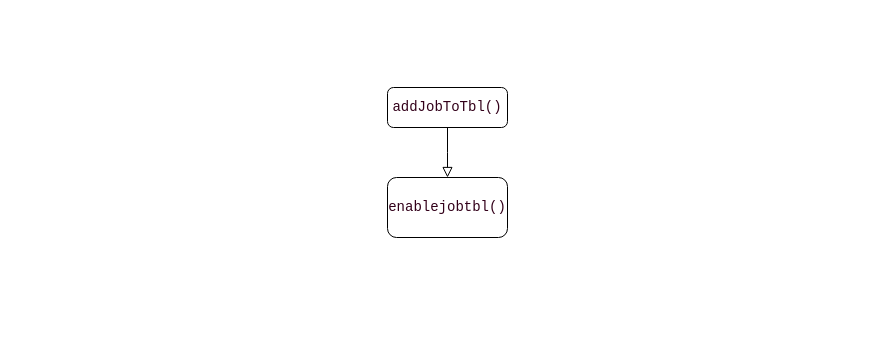
The draw.io diagram Logical Flow Diagram.drawio in subramaniam-pl/wakemeup-app, before the edit. Source tidied: cells renumbered, new cells numbered last; positions are measured from the earlier drawing's top-left corner, leaving out a move shared by most shapes. Both pictures are drawn from the tidied source at 100%, with x=0, y=0 at pixel (387, 87).
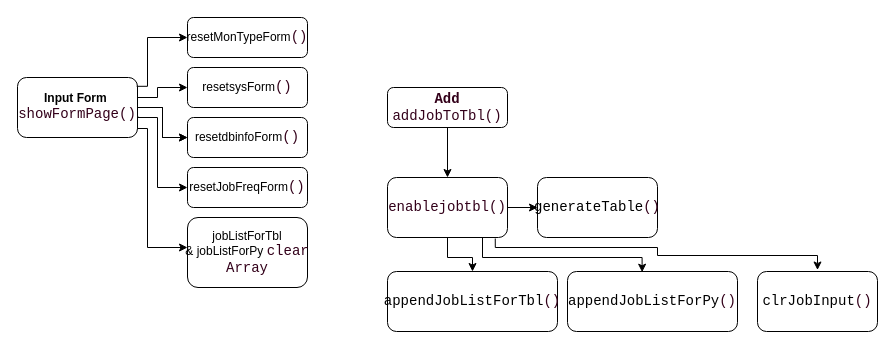
After the change.

Unchanged cells that the change refers to:
```xml
<mxCell id="4" value="&lt;div style=&quot;font-family: Consolas, &amp;quot;Courier New&amp;quot;, monospace; font-size: 14px; line-height: 19px;&quot;&gt;&lt;font color=&quot;#33001a&quot;&gt;enablejobtbl()&lt;/font&gt;&lt;/div&gt;" style="rounded=1;whiteSpace=wrap;html=1;" parent="1" vertex="1">
  <mxGeometry y="90" width="120" height="60" as="geometry" />
</mxCell>
```

Change to the diagram source:
```diff
@@
-    <mxCell id="2" style="rounded=0;html=1;jettySize=auto;fontSize=11;endArrow=block;endFill=0;endSize=8;strokeWidth=1;shadow=0;labelBackgroundColor=none;edgeStyle=orthogonalEdgeStyle;" parent="1" edge="1" source="3">
-      <mxGeometry relative="1" as="geometry">
-        <mxPoint x="60" y="90" as="targetPoint" />
-      </mxGeometry>
-    </mxCell>
+    <mxCell id="5" style="edgeStyle=orthogonalEdgeStyle;rounded=0;jettySize=auto;html=1;" parent="1" edge="1" source="3" target="4">
+      <mxGeometry relative="1" as="geometry" />
+    </mxCell>
-    <mxCell id="3" value="&lt;span style=&quot;font-family: Consolas, &amp;quot;Courier New&amp;quot;, monospace; font-size: 14px;&quot;&gt;&lt;font color=&quot;#33001a&quot;&gt;addJobToTbl()&lt;/font&gt;&lt;/span&gt;" style="rounded=1;whiteSpace=wrap;html=1;fontSize=12;glass=0;strokeWidth=1;shadow=0;" parent="1" vertex="1">
+    <mxCell id="3" value="&lt;span style=&quot;font-family: Consolas, &amp;quot;Courier New&amp;quot;, monospace; font-size: 14px;&quot;&gt;&lt;font color=&quot;#33001a&quot;&gt;&lt;b&gt;Add&lt;/b&gt;&lt;br&gt;addJobToTbl()&lt;/font&gt;&lt;/span&gt;" style="rounded=1;whiteSpace=wrap;html=1;fontSize=12;glass=0;strokeWidth=1;shadow=0;" parent="1" vertex="1">
       <mxGeometry width="120" height="40" as="geometry" />
     </mxCell>
+    <mxCell id="6" style="edgeStyle=orthogonalEdgeStyle;rounded=0;jettySize=auto;html=1;" parent="1" edge="1" source="4" target="20">
+      <mxGeometry relative="1" as="geometry">
+        <Array as="points">
+          <mxPoint x="60" y="170" />
+          <mxPoint x="85" y="170" />
+        </Array>
+      </mxGeometry>
+    </mxCell>
+    <mxCell id="7" style="edgeStyle=orthogonalEdgeStyle;rounded=0;jettySize=auto;html=1;" parent="1" edge="1" source="4" target="23">
+      <mxGeometry relative="1" as="geometry" />
+    </mxCell>
@@
+    <mxCell id="8" style="edgeStyle=orthogonalEdgeStyle;rounded=0;jettySize=auto;html=1;" parent="1" edge="1" source="10" target="13">
+      <mxGeometry relative="1" as="geometry" />
+    </mxCell>
+    <mxCell id="9" style="edgeStyle=orthogonalEdgeStyle;rounded=0;jettySize=auto;html=1;" parent="1" edge="1" source="10" target="13">
+      <mxGeometry relative="1" as="geometry" />
+    </mxCell>
+    <mxCell id="10" value="&lt;b&gt;Input Form&amp;nbsp;&lt;br&gt;&lt;/b&gt;&lt;div style=&quot;font-family: Consolas, &amp;quot;Courier New&amp;quot;, monospace; font-size: 14px; line-height: 19px;&quot;&gt;&lt;font color=&quot;#33001a&quot;&gt;showFormPage()&lt;/font&gt;&lt;/div&gt;" style="rounded=1;whiteSpace=wrap;html=1;" parent="1" vertex="1">
+      <mxGeometry x="-370" y="-10" width="120" height="60" as="geometry" />
+    </mxCell>
+    <mxCell id="11" value="resetMonTypeForm&lt;span style=&quot;font-family: Consolas, &amp;quot;Courier New&amp;quot;, monospace; font-size: 14px;&quot;&gt;&lt;font color=&quot;#33001a&quot;&gt;()&lt;/font&gt;&lt;/span&gt;" style="rounded=1;whiteSpace=wrap;html=1;fontSize=12;glass=0;strokeWidth=1;shadow=0;" parent="1" vertex="1">
+      <mxGeometry x="-200" y="-70" width="120" height="40" as="geometry" />
+    </mxCell>
+    <mxCell id="12" value="resetsysForm&lt;span style=&quot;font-family: Consolas, &amp;quot;Courier New&amp;quot;, monospace; font-size: 14px;&quot;&gt;&lt;font color=&quot;#33001a&quot;&gt;()&lt;/font&gt;&lt;/span&gt;" style="rounded=1;whiteSpace=wrap;html=1;fontSize=12;glass=0;strokeWidth=1;shadow=0;" parent="1" vertex="1">
+      <mxGeometry x="-200" y="-20" width="120" height="40" as="geometry" />
+    </mxCell>
+    <mxCell id="13" value="resetdbinfoForm&lt;span style=&quot;font-family: Consolas, &amp;quot;Courier New&amp;quot;, monospace; font-size: 14px;&quot;&gt;&lt;font color=&quot;#33001a&quot;&gt;()&lt;/font&gt;&lt;/span&gt;" style="rounded=1;whiteSpace=wrap;html=1;fontSize=12;glass=0;strokeWidth=1;shadow=0;" parent="1" vertex="1">
+      <mxGeometry x="-200" y="30" width="120" height="40" as="geometry" />
+    </mxCell>
+    <mxCell id="14" value="resetJobFreqForm&lt;span style=&quot;font-family: Consolas, &amp;quot;Courier New&amp;quot;, monospace; font-size: 14px;&quot;&gt;&lt;font color=&quot;#33001a&quot;&gt;()&lt;/font&gt;&lt;/span&gt;" style="rounded=1;whiteSpace=wrap;html=1;fontSize=12;glass=0;strokeWidth=1;shadow=0;" parent="1" vertex="1">
+      <mxGeometry x="-200" y="80" width="120" height="40" as="geometry" />
+    </mxCell>
+    <mxCell id="15" value="jobListForTbl &amp;amp;&amp;nbsp;jobListForPy&amp;nbsp;&lt;span style=&quot;color: rgb(51, 0, 26); font-family: Consolas, &amp;quot;Courier New&amp;quot;, monospace; font-size: 14px; background-color: initial;&quot;&gt;clear Array&lt;/span&gt;" style="rounded=1;whiteSpace=wrap;html=1;fontSize=12;glass=0;strokeWidth=1;shadow=0;" parent="1" vertex="1">
+      <mxGeometry x="-200" y="130" width="120" height="70" as="geometry" />
+    </mxCell>
+    <mxCell id="16" style="edgeStyle=orthogonalEdgeStyle;rounded=0;jettySize=auto;html=1;entryX=0;entryY=0.5;entryDx=0;entryDy=0;exitX=1.003;exitY=0.647;exitDx=0;exitDy=0;exitPerimeter=0;" parent="1" edge="1" source="10" target="14">
+      <mxGeometry relative="1" as="geometry">
+        <Array as="points">
+          <mxPoint x="-250" y="30" />
+          <mxPoint x="-230" y="30" />
+          <mxPoint x="-230" y="100" />
+        </Array>
+      </mxGeometry>
+    </mxCell>
+    <mxCell id="17" style="edgeStyle=orthogonalEdgeStyle;rounded=0;orthogonalLoop=1;jettySize=auto;html=1;exitX=1.003;exitY=0.647;exitDx=0;exitDy=0;exitPerimeter=0;" parent="1" edge="1">
+      <mxGeometry relative="1" as="geometry">
+        <mxPoint x="-250" y="40" as="sourcePoint" />
+        <mxPoint x="-200" y="160" as="targetPoint" />
+        <Array as="points">
+          <mxPoint x="-250" y="41" />
+          <mxPoint x="-240" y="41" />
+          <mxPoint x="-240" y="160" />
+          <mxPoint x="-200" y="160" />
+        </Array>
+      </mxGeometry>
+    </mxCell>
+    <mxCell id="18" style="edgeStyle=orthogonalEdgeStyle;rounded=0;orthogonalLoop=1;jettySize=auto;html=1;entryX=0;entryY=0.5;entryDx=0;entryDy=0;" parent="1" edge="1">
+      <mxGeometry relative="1" as="geometry">
+        <mxPoint x="-250" y="10" as="sourcePoint" />
+        <mxPoint x="-200" as="targetPoint" />
+        <Array as="points">
+          <mxPoint x="-250" y="10" />
+          <mxPoint x="-230" y="10" />
+          <mxPoint x="-230" />
+        </Array>
+      </mxGeometry>
+    </mxCell>
+    <mxCell id="19" style="edgeStyle=orthogonalEdgeStyle;rounded=0;jettySize=auto;html=1;entryX=0;entryY=0.5;entryDx=0;entryDy=0;exitX=0.993;exitY=0.147;exitDx=0;exitDy=0;exitPerimeter=0;" parent="1" edge="1" source="10">
+      <mxGeometry relative="1" as="geometry">
+        <mxPoint x="-200" y="-50" as="targetPoint" />
+        <Array as="points">
+          <mxPoint x="-240" y="-1" />
+          <mxPoint x="-240" y="-50" />
+        </Array>
+      </mxGeometry>
+    </mxCell>
+    <mxCell id="20" value="&lt;div style=&quot;font-family: Consolas, &amp;quot;Courier New&amp;quot;, monospace; font-size: 14px; line-height: 19px;&quot;&gt;appendJobListForTbl&lt;font color=&quot;#33001a&quot;&gt;()&lt;/font&gt;&lt;/div&gt;" style="rounded=1;whiteSpace=wrap;html=1;" parent="1" vertex="1">
+      <mxGeometry y="184" width="170" height="60" as="geometry" />
+    </mxCell>
+    <mxCell id="21" value="&lt;div style=&quot;font-family: Consolas, &amp;quot;Courier New&amp;quot;, monospace; font-size: 14px; line-height: 19px;&quot;&gt;appendJobListForPy&lt;font color=&quot;#33001a&quot;&gt;()&lt;/font&gt;&lt;/div&gt;" style="rounded=1;whiteSpace=wrap;html=1;" parent="1" vertex="1">
+      <mxGeometry x="180" y="184" width="170" height="60" as="geometry" />
+    </mxCell>
+    <mxCell id="22" style="edgeStyle=orthogonalEdgeStyle;rounded=0;jettySize=auto;html=1;entryX=0.439;entryY=0.012;entryDx=0;entryDy=0;entryPerimeter=0;" parent="1" edge="1" target="21">
+      <mxGeometry relative="1" as="geometry">
+        <mxPoint x="95" y="150" as="sourcePoint" />
+        <Array as="points">
+          <mxPoint x="95" y="170" />
+          <mxPoint x="255" y="170" />
+        </Array>
+      </mxGeometry>
+    </mxCell>
+    <mxCell id="23" value="&lt;div style=&quot;font-family: Consolas, &amp;quot;Courier New&amp;quot;, monospace; font-size: 14px; line-height: 19px;&quot;&gt;generateTable&lt;font color=&quot;#33001a&quot;&gt;()&lt;/font&gt;&lt;/div&gt;" style="rounded=1;whiteSpace=wrap;html=1;" parent="1" vertex="1">
+      <mxGeometry x="150" y="90" width="120" height="60" as="geometry" />
+    </mxCell>
+    <mxCell id="24" value="&lt;div style=&quot;font-family: Consolas, &amp;quot;Courier New&amp;quot;, monospace; font-size: 14px; line-height: 19px;&quot;&gt;clrJobInput&lt;font color=&quot;#33001a&quot;&gt;()&lt;/font&gt;&lt;/div&gt;" style="rounded=1;whiteSpace=wrap;html=1;" parent="1" vertex="1">
+      <mxGeometry x="370" y="184" width="120" height="60" as="geometry" />
+    </mxCell>
+    <mxCell id="25" style="edgeStyle=orthogonalEdgeStyle;rounded=0;jettySize=auto;html=1;entryX=0.439;entryY=0.012;entryDx=0;entryDy=0;entryPerimeter=0;exitX=0.898;exitY=1.017;exitDx=0;exitDy=0;exitPerimeter=0;" parent="1" edge="1" source="4">
+      <mxGeometry relative="1" as="geometry">
+        <mxPoint x="430" y="182.5" as="targetPoint" />
+        <Array as="points">
+          <mxPoint x="108" y="160" />
+          <mxPoint x="270" y="160" />
+          <mxPoint x="270" y="168" />
+          <mxPoint x="430" y="168" />
+        </Array>
+      </mxGeometry>
+    </mxCell>
```
